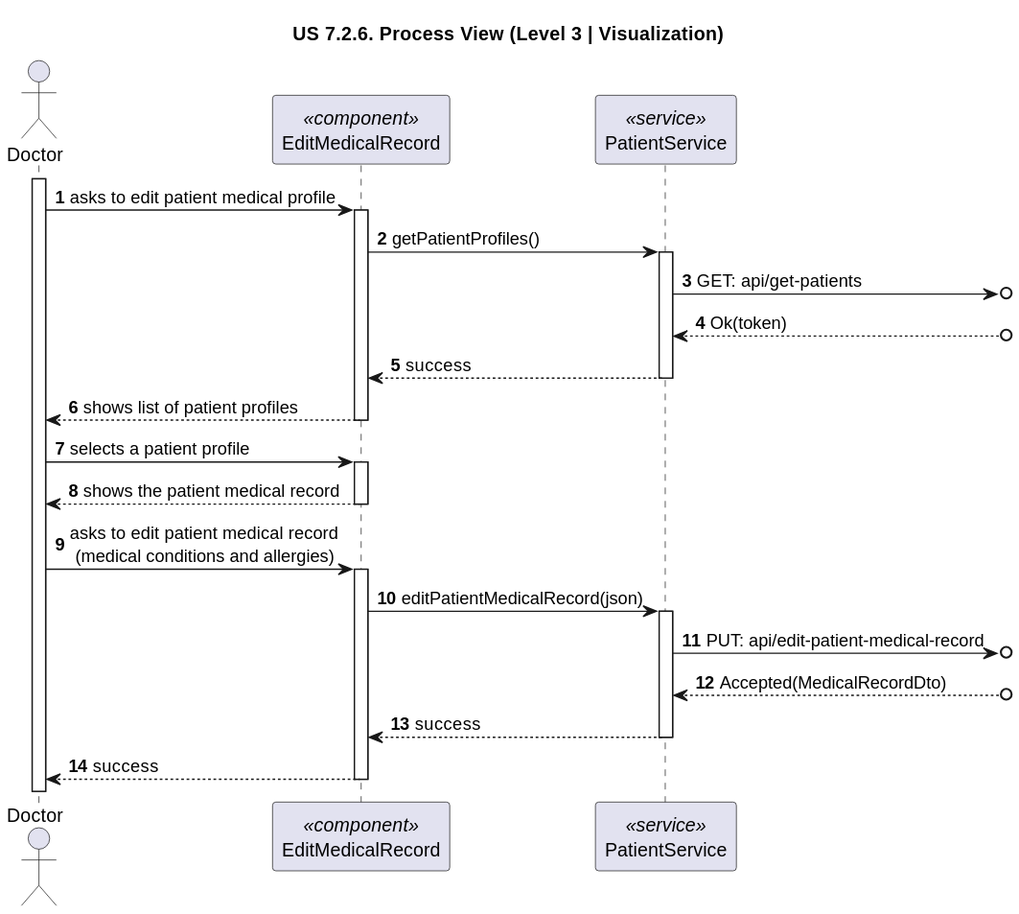
rita-barbosa/LAPR5-2425 keeps this PlantUML diagram as docs/sprint-3/1221933/us-7.2.6/diagrams/n3/process-view-nivel3-visualization.svg. Above is the earlier version. Source of this version:
```plantuml
@startuml

title "US 7.2.6. Process View (Level 3 | Visualization)"

autonumber
actor "Doctor" as USER
participant "EditMedicalRecord" as UPP <<component>>
participant "PatientService" as PS <<service>>

activate USER
USER -> UPP : asks to edit patient medical profile
activate UPP

UPP -> PS : getPatientProfiles()
activate PS

PS ->o] : GET: api/get-patients

PS <--o] : Ok(token)

PS --> UPP: success
deactivate PS

UPP --> USER: shows list of patient profiles
deactivate UPP

USER-> UPP : selects a patient profile
activate UPP

USER <-- UPP : shows the patient medical record
deactivate UPP

USER -> UPP : asks to edit patient medical record\n (medical conditions and allergies)
activate UPP

UPP -> PS : editPatientMedicalRecord(json)
activate PS

PS ->o] : PUT: api/edit-patient-medical-record

PS <--o] : Accepted(MedicalRecordDto)

PS --> UPP: success
deactivate PS

UPP --> USER: success
deactivate UPP
@enduml
```
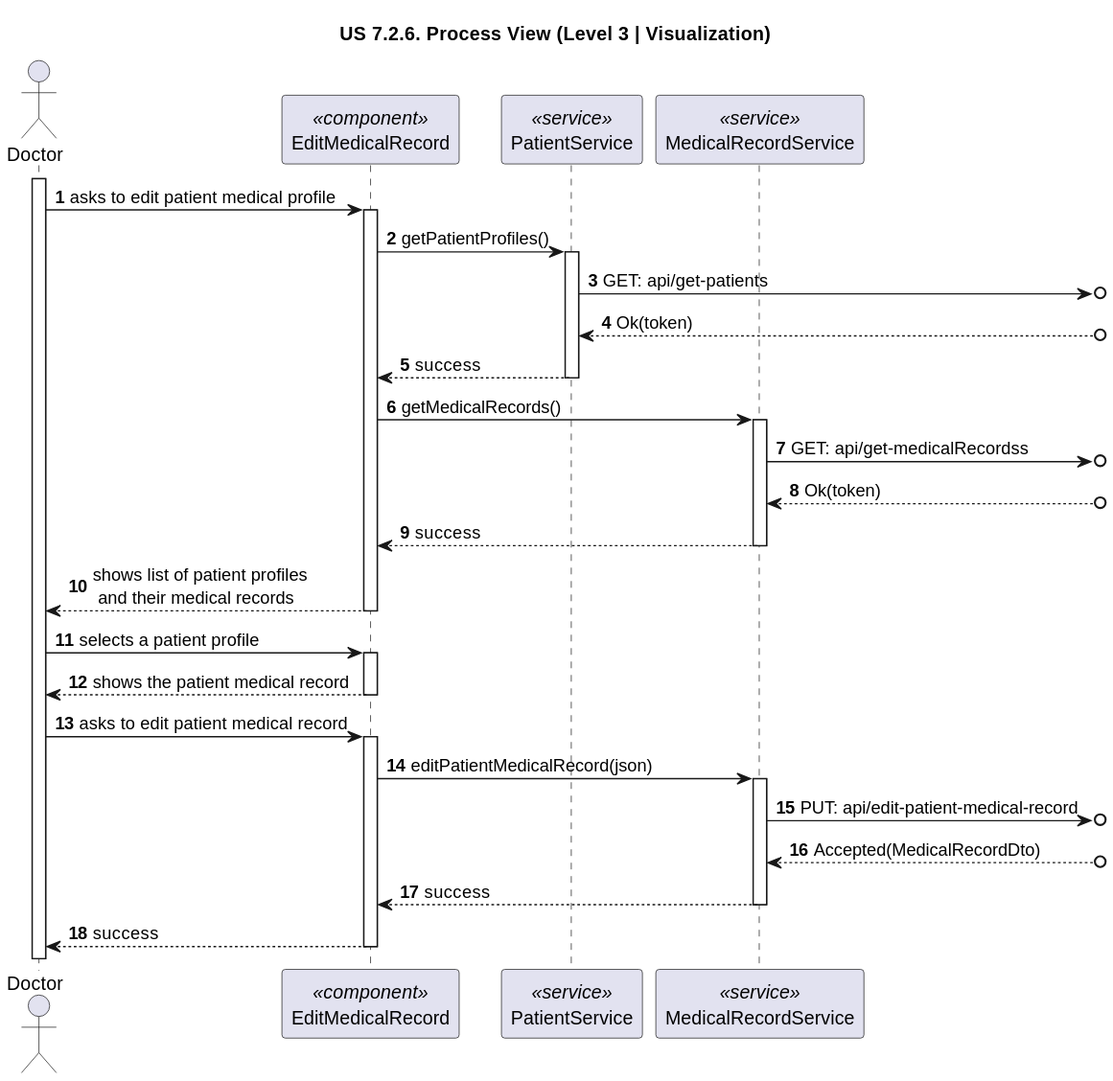
Later version of the same file.

Diff of the diagram source:
```diff
@@ -6,6 +6,7 @@
 actor "Doctor" as USER
 participant "EditMedicalRecord" as UPP <<component>>
 participant "PatientService" as PS <<service>>
+participant "MedicalRecordService" as MRS <<service>>
 
 activate USER
 USER -> UPP : asks to edit patient medical profile
@@ -21,7 +22,17 @@
 PS --> UPP: success
 deactivate PS
 
-UPP --> USER: shows list of patient profiles
+UPP -> MRS : getMedicalRecords()
+activate MRS
+
+MRS ->o] : GET: api/get-medicalRecordss
+
+MRS <--o] : Ok(token)
+
+MRS --> UPP: success
+deactivate MRS
+
+UPP --> USER: shows list of patient profiles\n and their medical records
 deactivate UPP
 
 USER-> UPP : selects a patient profile
@@ -30,18 +41,18 @@
 USER <-- UPP : shows the patient medical record
 deactivate UPP
 
-USER -> UPP : asks to edit patient medical record\n (medical conditions and allergies)
+USER -> UPP : asks to edit patient medical record
 activate UPP
 
-UPP -> PS : editPatientMedicalRecord(json)
-activate PS
+UPP -> MRS : editPatientMedicalRecord(json)
+activate MRS
 
-PS ->o] : PUT: api/edit-patient-medical-record
+MRS ->o] : PUT: api/edit-patient-medical-record
 
-PS <--o] : Accepted(MedicalRecordDto)
+MRS <--o] : Accepted(MedicalRecordDto)
 
-PS --> UPP: success
-deactivate PS
+MRS --> UPP: success
+deactivate MRS
 
 UPP --> USER: success
 deactivate UPP
```
